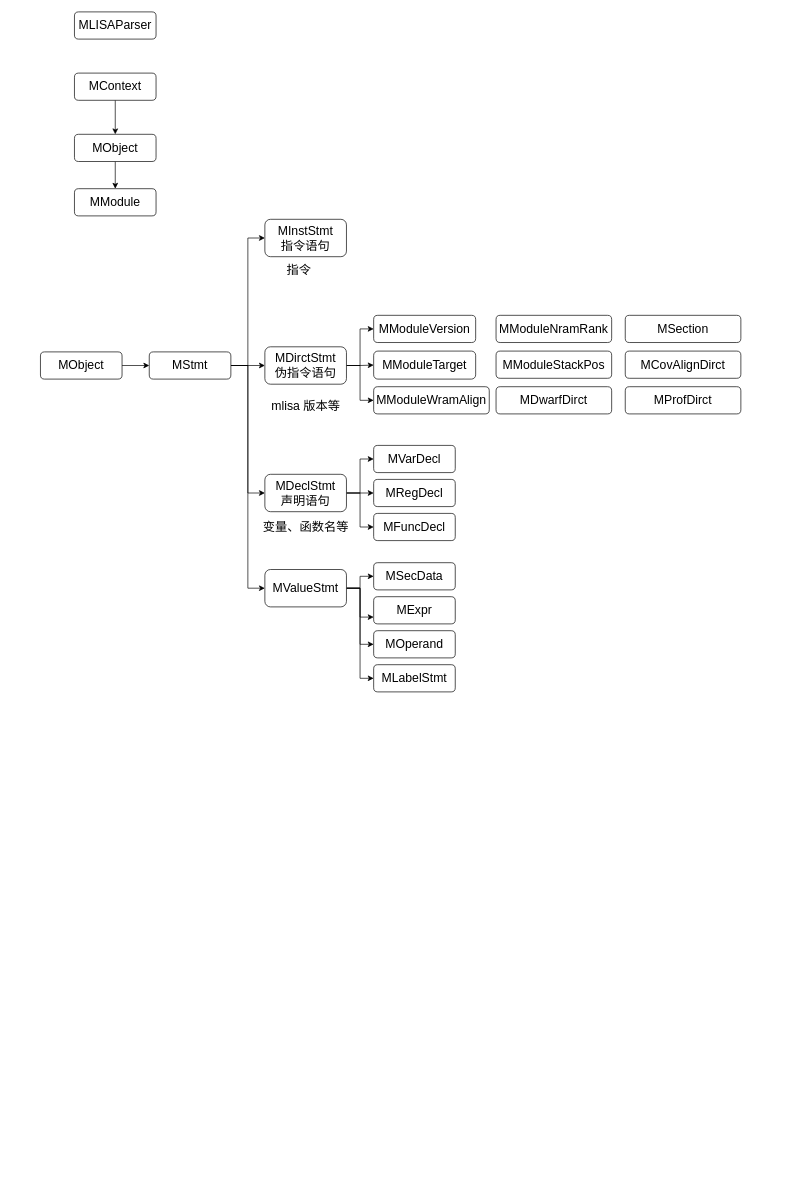
Above: new_frontend.drawio in liyp1120/draw.io (draw.io), before the change. Source tidied: cells renumbered, new cells numbered last; positions are measured from the earlier drawing's top-left corner, leaving out a move shared by most shapes. Both pictures are drawn from the tidied source at 68%, with x=0, y=0 at pixel (40, 12).
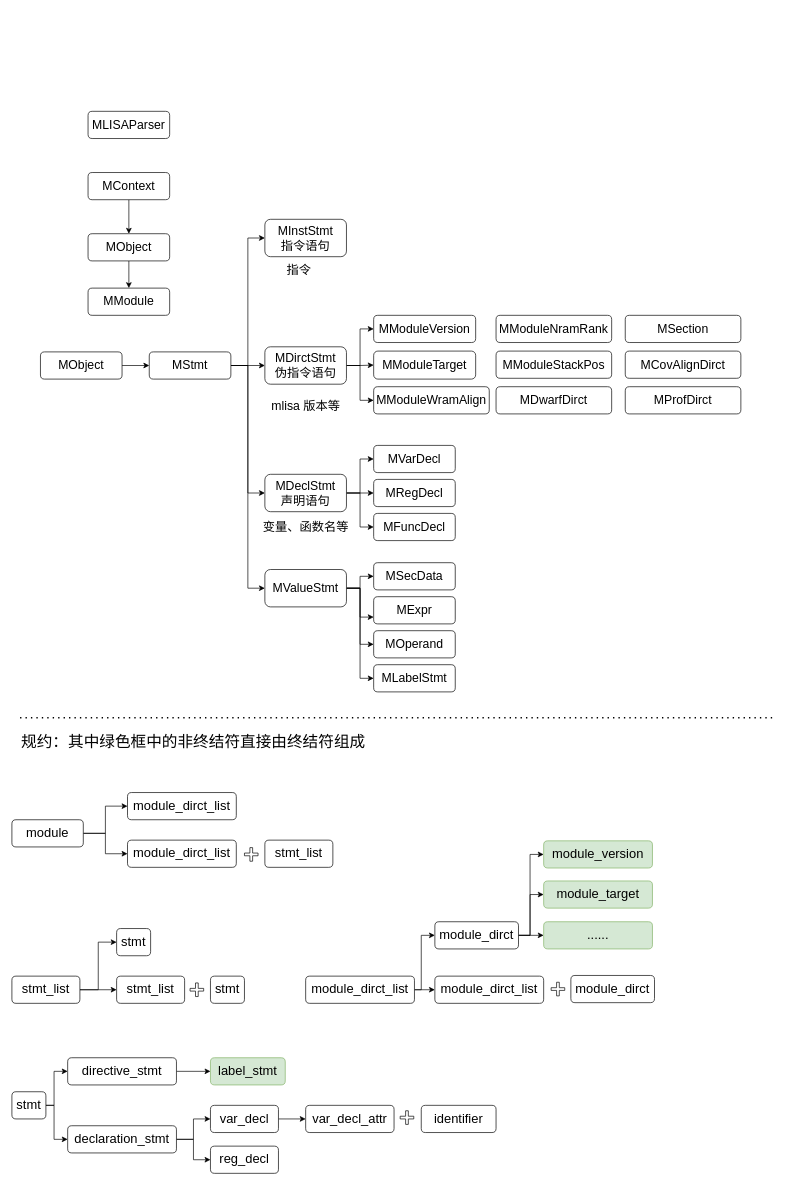
The same page after the edit.

Diff of the diagram source:
```diff
@@
     <mxCell id="2" value="&lt;font style=&quot;font-size: 18px;&quot;&gt;MLISAParser&lt;/font&gt;" style="rounded=1;whiteSpace=wrap;html=1;fontSize=12;glass=0;strokeWidth=1;shadow=0;" parent="1" vertex="1">
-      <mxGeometry x="50" width="120" height="40" as="geometry" />
+      <mxGeometry x="70" y="146.2" width="120" height="40" as="geometry" />
     </mxCell>
     <mxCell id="3" value="&lt;font style=&quot;font-size: 18px;&quot;&gt;MModule&lt;/font&gt;" style="rounded=1;whiteSpace=wrap;html=1;fontSize=12;glass=0;strokeWidth=1;shadow=0;" parent="1" vertex="1">
-      <mxGeometry x="50" y="260" width="120" height="40" as="geometry" />
+      <mxGeometry x="70" y="406.2" width="120" height="40" as="geometry" />
     </mxCell>
@@
     <mxCell id="5" value="&lt;font style=&quot;font-size: 18px;&quot;&gt;MObject&lt;/font&gt;" style="rounded=1;whiteSpace=wrap;html=1;fontSize=12;glass=0;strokeWidth=1;shadow=0;" parent="1" vertex="1">
-      <mxGeometry x="50" y="180" width="120" height="40" as="geometry" />
+      <mxGeometry x="70" y="326.2" width="120" height="40" as="geometry" />
     </mxCell>
@@
     <mxCell id="7" value="&lt;font style=&quot;font-size: 18px;&quot;&gt;MContext&lt;/font&gt;" style="rounded=1;whiteSpace=wrap;html=1;fontSize=12;glass=0;strokeWidth=1;shadow=0;" parent="1" vertex="1">
-      <mxGeometry x="50" y="90" width="120" height="40" as="geometry" />
+      <mxGeometry x="70" y="236.2" width="120" height="40" as="geometry" />
     </mxCell>
@@
+    <mxCell id="48" style="endArrow=none;dashed=1;html=1;dashPattern=1 3;strokeWidth=2;rounded=0;" parent="1" edge="1">
+      <mxGeometry relative="1" as="geometry">
+        <mxPoint x="-30" y="1038" as="sourcePoint" />
+        <mxPoint x="1080" y="1038" as="targetPoint" />
+      </mxGeometry>
+    </mxCell>
+    <mxCell id="49" value="&lt;font style=&quot;font-size: 23px;&quot;&gt;规约：其中绿色框中的非终结符直接由终结符组成&lt;/font&gt;" style="text;strokeColor=none;align=left;fillColor=none;html=1;verticalAlign=middle;whiteSpace=wrap;rounded=0;" parent="1" vertex="1">
+      <mxGeometry x="-30" y="1048" width="530" height="50" as="geometry" />
+    </mxCell>
+    <mxCell id="50" style="edgeStyle=orthogonalEdgeStyle;rounded=0;jettySize=auto;html=1;exitX=1;exitY=0.5;exitDx=0;exitDy=0;entryX=0;entryY=0.5;entryDx=0;entryDy=0;" parent="1" edge="1" source="52" target="53">
+      <mxGeometry relative="1" as="geometry" />
+    </mxCell>
+    <mxCell id="51" style="edgeStyle=orthogonalEdgeStyle;rounded=0;jettySize=auto;html=1;exitX=1;exitY=0.5;exitDx=0;exitDy=0;entryX=0;entryY=0.5;entryDx=0;entryDy=0;" parent="1" edge="1" source="52" target="54">
+      <mxGeometry relative="1" as="geometry" />
+    </mxCell>
+    <mxCell id="52" value="&lt;font style=&quot;font-size: 19px;&quot;&gt;module&lt;/font&gt;" style="rounded=1;whiteSpace=wrap;html=1;" parent="1" vertex="1">
+      <mxGeometry x="-42" y="1188" width="105" height="40" as="geometry" />
+    </mxCell>
+    <mxCell id="53" value="&lt;font style=&quot;font-size: 19px;&quot;&gt;module_dirct_list&lt;/font&gt;" style="rounded=1;whiteSpace=wrap;html=1;" parent="1" vertex="1">
+      <mxGeometry x="128" y="1148" width="160" height="40" as="geometry" />
+    </mxCell>
+    <mxCell id="54" value="&lt;font style=&quot;font-size: 19px;&quot;&gt;module_dirct_list&lt;/font&gt;" style="rounded=1;whiteSpace=wrap;html=1;" parent="1" vertex="1">
+      <mxGeometry x="128" y="1218" width="160" height="40" as="geometry" />
+    </mxCell>
+    <mxCell id="55" style="edgeStyle=orthogonalEdgeStyle;rounded=0;jettySize=auto;html=1;exitX=1;exitY=0.5;exitDx=0;exitDy=0;entryX=0;entryY=0.5;entryDx=0;entryDy=0;" parent="1" edge="1" source="57" target="58">
+      <mxGeometry relative="1" as="geometry" />
+    </mxCell>
+    <mxCell id="56" style="edgeStyle=orthogonalEdgeStyle;rounded=0;jettySize=auto;html=1;exitX=1;exitY=0.5;exitDx=0;exitDy=0;entryX=0;entryY=0.5;entryDx=0;entryDy=0;" parent="1" edge="1" source="57" target="59">
+      <mxGeometry relative="1" as="geometry" />
+    </mxCell>
+    <mxCell id="57" value="&lt;font style=&quot;font-size: 19px;&quot;&gt;stmt_list&lt;/font&gt;" style="rounded=1;whiteSpace=wrap;html=1;" parent="1" vertex="1">
+      <mxGeometry x="-42" y="1418" width="100" height="40" as="geometry" />
+    </mxCell>
+    <mxCell id="58" value="&lt;font style=&quot;font-size: 19px;&quot;&gt;stmt&lt;/font&gt;" style="rounded=1;whiteSpace=wrap;html=1;" parent="1" vertex="1">
+      <mxGeometry x="112" y="1348" width="50" height="40" as="geometry" />
+    </mxCell>
+    <mxCell id="59" value="&lt;font style=&quot;font-size: 19px;&quot;&gt;stmt_list&lt;/font&gt;" style="rounded=1;whiteSpace=wrap;html=1;" parent="1" vertex="1">
+      <mxGeometry x="112" y="1418" width="100" height="40" as="geometry" />
+    </mxCell>
+    <mxCell id="60" value="&lt;font style=&quot;font-size: 19px;&quot;&gt;stmt&lt;/font&gt;" style="rounded=1;whiteSpace=wrap;html=1;" parent="1" vertex="1">
+      <mxGeometry x="250" y="1418" width="50" height="40" as="geometry" />
+    </mxCell>
+    <mxCell id="61" value="&lt;font style=&quot;font-size: 19px;&quot;&gt;stmt_list&lt;/font&gt;" style="rounded=1;whiteSpace=wrap;html=1;" parent="1" vertex="1">
+      <mxGeometry x="330" y="1218" width="100" height="40" as="geometry" />
+    </mxCell>
+    <mxCell id="62" style="shape=cross;whiteSpace=wrap;html=1;" parent="1" vertex="1">
+      <mxGeometry x="300" y="1229" width="20" height="20" as="geometry" />
+    </mxCell>
+    <mxCell id="63" style="shape=cross;whiteSpace=wrap;html=1;" parent="1" vertex="1">
+      <mxGeometry x="220" y="1428" width="20" height="20" as="geometry" />
+    </mxCell>
+    <mxCell id="64" style="edgeStyle=orthogonalEdgeStyle;rounded=0;jettySize=auto;html=1;exitX=1;exitY=0.5;exitDx=0;exitDy=0;entryX=0;entryY=0.5;entryDx=0;entryDy=0;" parent="1" edge="1" source="66" target="70">
+      <mxGeometry relative="1" as="geometry">
+        <Array as="points">
+          <mxPoint x="560" y="1438" />
+          <mxPoint x="560" y="1358" />
+        </Array>
+      </mxGeometry>
+    </mxCell>
+    <mxCell id="65" style="edgeStyle=orthogonalEdgeStyle;rounded=0;jettySize=auto;html=1;exitX=1;exitY=0.5;exitDx=0;exitDy=0;entryX=0;entryY=0.5;entryDx=0;entryDy=0;" parent="1" edge="1" source="66" target="71">
+      <mxGeometry relative="1" as="geometry" />
+    </mxCell>
+    <mxCell id="66" value="&lt;font style=&quot;font-size: 19px;&quot;&gt;module_dirct_list&lt;/font&gt;" style="rounded=1;whiteSpace=wrap;html=1;" parent="1" vertex="1">
+      <mxGeometry x="390" y="1418" width="160" height="40" as="geometry" />
+    </mxCell>
+    <mxCell id="67" style="edgeStyle=orthogonalEdgeStyle;rounded=0;jettySize=auto;html=1;exitX=1;exitY=0.5;exitDx=0;exitDy=0;entryX=0;entryY=0.5;entryDx=0;entryDy=0;" parent="1" edge="1" source="70" target="74">
+      <mxGeometry relative="1" as="geometry">
+        <Array as="points">
+          <mxPoint x="720" y="1358" />
+          <mxPoint x="720" y="1239" />
+        </Array>
+      </mxGeometry>
+    </mxCell>
+    <mxCell id="68" style="edgeStyle=orthogonalEdgeStyle;rounded=0;jettySize=auto;html=1;exitX=1;exitY=0.5;exitDx=0;exitDy=0;entryX=0;entryY=0.5;entryDx=0;entryDy=0;" parent="1" edge="1" source="70" target="75">
+      <mxGeometry relative="1" as="geometry">
+        <Array as="points">
+          <mxPoint x="720" y="1358" />
+          <mxPoint x="720" y="1298" />
+        </Array>
+      </mxGeometry>
+    </mxCell>
+    <mxCell id="69" style="edgeStyle=orthogonalEdgeStyle;rounded=0;jettySize=auto;html=1;exitX=1;exitY=0.5;exitDx=0;exitDy=0;entryX=0;entryY=0.5;entryDx=0;entryDy=0;" parent="1" edge="1" source="70" target="76">
+      <mxGeometry relative="1" as="geometry" />
+    </mxCell>
+    <mxCell id="70" value="&lt;font style=&quot;font-size: 19px;&quot;&gt;module_dirct&lt;/font&gt;" style="rounded=1;whiteSpace=wrap;html=1;" parent="1" vertex="1">
+      <mxGeometry x="580" y="1338" width="123" height="40" as="geometry" />
+    </mxCell>
+    <mxCell id="71" value="&lt;font style=&quot;font-size: 19px;&quot;&gt;module_dirct_list&lt;/font&gt;" style="rounded=1;whiteSpace=wrap;html=1;" parent="1" vertex="1">
+      <mxGeometry x="580" y="1418" width="160" height="40" as="geometry" />
+    </mxCell>
+    <mxCell id="72" value="&lt;font style=&quot;font-size: 19px;&quot;&gt;module_dirct&lt;/font&gt;" style="rounded=1;whiteSpace=wrap;html=1;" parent="1" vertex="1">
+      <mxGeometry x="780" y="1417" width="123" height="40" as="geometry" />
+    </mxCell>
+    <mxCell id="73" style="shape=cross;whiteSpace=wrap;html=1;" parent="1" vertex="1">
+      <mxGeometry x="751" y="1427" width="20" height="20" as="geometry" />
+    </mxCell>
+    <mxCell id="74" value="&lt;font style=&quot;font-size: 19px;&quot;&gt;module_version&lt;br&gt;&lt;/font&gt;" style="rounded=1;whiteSpace=wrap;html=1;fillColor=#d5e8d4;strokeColor=#82b366;" parent="1" vertex="1">
+      <mxGeometry x="740" y="1219" width="160" height="40" as="geometry" />
+    </mxCell>
+    <mxCell id="75" value="&lt;font style=&quot;font-size: 19px;&quot;&gt;module_target&lt;br&gt;&lt;/font&gt;" style="rounded=1;whiteSpace=wrap;html=1;fillColor=#d5e8d4;strokeColor=#82b366;" parent="1" vertex="1">
+      <mxGeometry x="740" y="1278" width="160" height="40" as="geometry" />
+    </mxCell>
+    <mxCell id="76" value="&lt;font style=&quot;font-size: 19px;&quot;&gt;......&lt;br&gt;&lt;/font&gt;" style="rounded=1;whiteSpace=wrap;html=1;fillColor=#d5e8d4;strokeColor=#82b366;" parent="1" vertex="1">
+      <mxGeometry x="740" y="1338" width="160" height="40" as="geometry" />
+    </mxCell>
+    <mxCell id="77" style="edgeStyle=orthogonalEdgeStyle;rounded=0;jettySize=auto;html=1;exitX=1;exitY=0.5;exitDx=0;exitDy=0;entryX=0;entryY=0.5;entryDx=0;entryDy=0;" parent="1" edge="1" source="79" target="81">
+      <mxGeometry relative="1" as="geometry">
+        <Array as="points">
+          <mxPoint x="20" y="1608" />
+          <mxPoint x="20" y="1558" />
+        </Array>
+      </mxGeometry>
+    </mxCell>
+    <mxCell id="78" style="edgeStyle=orthogonalEdgeStyle;rounded=0;jettySize=auto;html=1;exitX=1;exitY=0.5;exitDx=0;exitDy=0;entryX=0;entryY=0.5;entryDx=0;entryDy=0;" parent="1" edge="1" source="79" target="84">
+      <mxGeometry relative="1" as="geometry">
+        <Array as="points">
+          <mxPoint x="20" y="1608" />
+          <mxPoint x="20" y="1658" />
+        </Array>
+      </mxGeometry>
+    </mxCell>
+    <mxCell id="79" value="&lt;font style=&quot;font-size: 19px;&quot;&gt;stmt&lt;/font&gt;" style="rounded=1;whiteSpace=wrap;html=1;" parent="1" vertex="1">
+      <mxGeometry x="-42" y="1588" width="50" height="40" as="geometry" />
+    </mxCell>
+    <mxCell id="80" style="edgeStyle=orthogonalEdgeStyle;rounded=0;jettySize=auto;html=1;exitX=1;exitY=0.5;exitDx=0;exitDy=0;entryX=0;entryY=0.5;entryDx=0;entryDy=0;" parent="1" edge="1" source="81" target="85">
+      <mxGeometry relative="1" as="geometry" />
+    </mxCell>
+    <mxCell id="81" value="&lt;font style=&quot;font-size: 19px;&quot;&gt;directive_stmt&lt;/font&gt;" style="rounded=1;whiteSpace=wrap;html=1;" parent="1" vertex="1">
+      <mxGeometry x="40" y="1538" width="160" height="40" as="geometry" />
+    </mxCell>
+    <mxCell id="82" style="edgeStyle=orthogonalEdgeStyle;rounded=0;jettySize=auto;html=1;exitX=1;exitY=0.5;exitDx=0;exitDy=0;entryX=0;entryY=0.5;entryDx=0;entryDy=0;" parent="1" edge="1" source="84" target="87">
+      <mxGeometry relative="1" as="geometry" />
+    </mxCell>
+    <mxCell id="83" style="edgeStyle=orthogonalEdgeStyle;rounded=0;jettySize=auto;html=1;exitX=1;exitY=0.5;exitDx=0;exitDy=0;entryX=0;entryY=0.5;entryDx=0;entryDy=0;" parent="1" edge="1" source="84" target="88">
+      <mxGeometry relative="1" as="geometry" />
+    </mxCell>
+    <mxCell id="84" value="&lt;font style=&quot;font-size: 19px;&quot;&gt;declaration_stmt&lt;/font&gt;" style="rounded=1;whiteSpace=wrap;html=1;" parent="1" vertex="1">
+      <mxGeometry x="40" y="1638" width="160" height="40" as="geometry" />
+    </mxCell>
+    <mxCell id="85" value="&lt;font style=&quot;font-size: 19px;&quot;&gt;label_stmt&lt;/font&gt;" style="rounded=1;whiteSpace=wrap;html=1;fillColor=#d5e8d4;strokeColor=#82b366;" parent="1" vertex="1">
+      <mxGeometry x="250" y="1538" width="110" height="40" as="geometry" />
+    </mxCell>
+    <mxCell id="86" style="edgeStyle=orthogonalEdgeStyle;rounded=0;jettySize=auto;html=1;exitX=1;exitY=0.5;exitDx=0;exitDy=0;entryX=0;entryY=0.5;entryDx=0;entryDy=0;" parent="1" edge="1" source="87" target="89">
+      <mxGeometry relative="1" as="geometry" />
+    </mxCell>
+    <mxCell id="87" value="&lt;font style=&quot;font-size: 19px;&quot;&gt;var_decl&lt;/font&gt;" style="rounded=1;whiteSpace=wrap;html=1;" parent="1" vertex="1">
+      <mxGeometry x="250" y="1608" width="100" height="40" as="geometry" />
+    </mxCell>
+    <mxCell id="88" value="&lt;font style=&quot;font-size: 19px;&quot;&gt;reg_decl&lt;/font&gt;" style="rounded=1;whiteSpace=wrap;html=1;" parent="1" vertex="1">
+      <mxGeometry x="250" y="1668" width="100" height="40" as="geometry" />
+    </mxCell>
+    <mxCell id="89" value="&lt;font style=&quot;font-size: 19px;&quot;&gt;var_decl_attr&lt;/font&gt;" style="rounded=1;whiteSpace=wrap;html=1;" parent="1" vertex="1">
+      <mxGeometry x="390" y="1608" width="130" height="40" as="geometry" />
+    </mxCell>
+    <mxCell id="90" style="shape=cross;whiteSpace=wrap;html=1;" parent="1" vertex="1">
+      <mxGeometry x="529" y="1616" width="20" height="20" as="geometry" />
+    </mxCell>
+    <mxCell id="91" value="&lt;font style=&quot;font-size: 19px;&quot;&gt;identifier&lt;/font&gt;" style="rounded=1;whiteSpace=wrap;html=1;" parent="1" vertex="1">
+      <mxGeometry x="560" y="1608" width="110" height="40" as="geometry" />
+    </mxCell>
```
